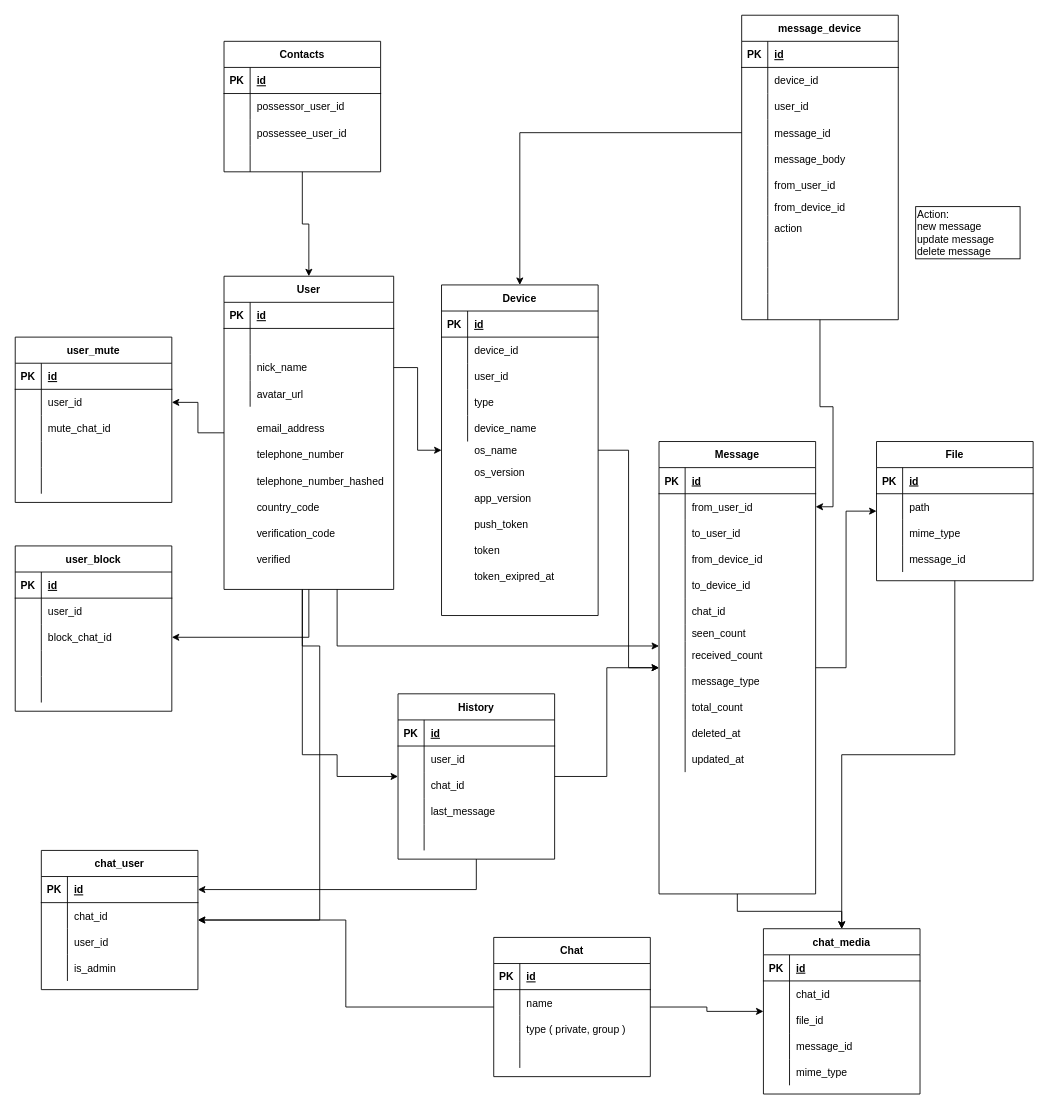
Before: documents/database.drawio in cloverstudio/Spika3, a draw.io diagram. Source tidied: cells renumbered, new cells numbered last; positions are measured from the earlier drawing's top-left corner, leaving out a move shared by most shapes. Both pictures are drawn from the tidied source at 87%, with x=0, y=0 at pixel (15, 15).
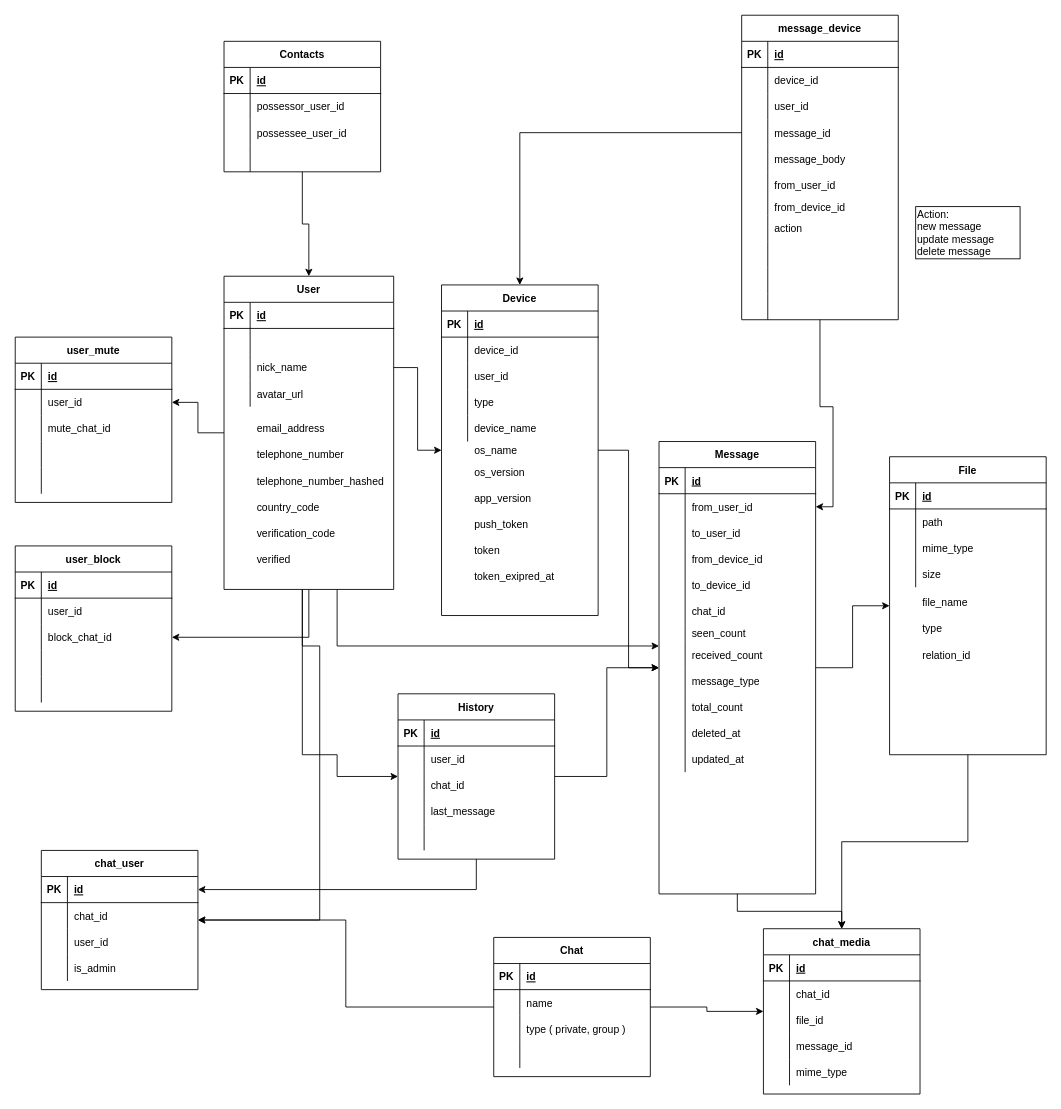
After the change.

The change refers to these unchanged cells:
```xml
<mxCell id="105" style="shape=partialRectangle;fillColor=none;top=0;left=0;bottom=0;right=0;" parent="95" vertex="1">
  <mxGeometry y="120" width="180" height="30" as="geometry" />
</mxCell>
```

Change to the diagram source:
```diff
@@
     <mxCell id="95" value="File" style="shape=table;startSize=30;childLayout=tableLayout;rowLines=0;fontStyle=1;align=center;" parent="1" vertex="1">
-      <mxGeometry x="990" y="490" width="180" height="160" as="geometry" />
+      <mxGeometry x="1005" y="507.5" width="180" height="342.5" as="geometry" />
     </mxCell>
@@
-    <mxCell id="107" value="message_id" style="shape=partialRectangle;fillColor=none;top=0;left=0;bottom=0;right=0;align=left;spacingLeft=6;overflow=hidden;" parent="105" vertex="1">
+    <mxCell id="107" value="size" style="shape=partialRectangle;fillColor=none;top=0;left=0;bottom=0;right=0;align=left;spacingLeft=6;overflow=hidden;" parent="105" vertex="1">
       <mxGeometry x="30" width="150" height="30" as="geometry" />
     </mxCell>
@@
+    <mxCell id="248" value="relation_id" style="shape=partialRectangle;fillColor=none;top=0;left=0;bottom=0;right=0;align=left;spacingLeft=6;overflow=hidden;" parent="1" vertex="1">
+      <mxGeometry x="1035" y="720" width="150" height="30" as="geometry" />
+    </mxCell>
+    <mxCell id="249" value="type" style="shape=partialRectangle;fillColor=none;top=0;left=0;bottom=0;right=0;align=left;spacingLeft=6;overflow=hidden;" parent="1" vertex="1">
+      <mxGeometry x="1035" y="690" width="150" height="30" as="geometry" />
+    </mxCell>
+    <mxCell id="250" value="file_name" style="shape=partialRectangle;fillColor=none;top=0;left=0;bottom=0;right=0;align=left;spacingLeft=6;overflow=hidden;" parent="1" vertex="1">
+      <mxGeometry x="1035" y="660" width="150" height="30" as="geometry" />
+    </mxCell>
```
